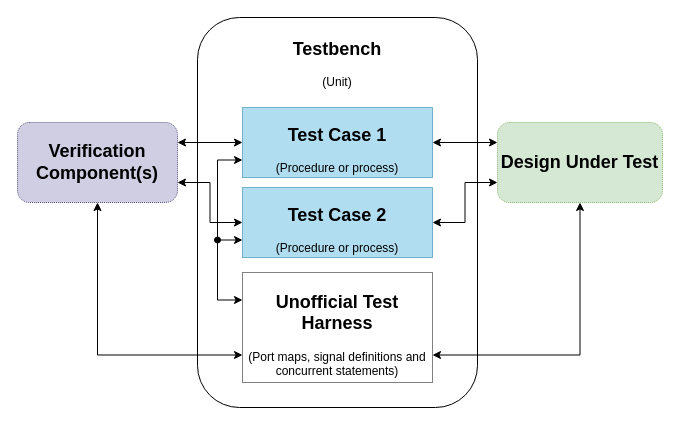
Above: page "Classic" (2 of 2) of _posts/includes/vhdl-design-patterns-test-controller/_images/OSVVM.drawio in Sturla22/Sturla22.github.io (draw.io), before the change. Source tidied: cells renumbered, new cells numbered last; positions are measured from the earlier drawing's top-left corner, leaving out a move shared by most shapes. Both pictures are drawn from the tidied source at 100%, with x=0, y=0 at pixel (17, 17).
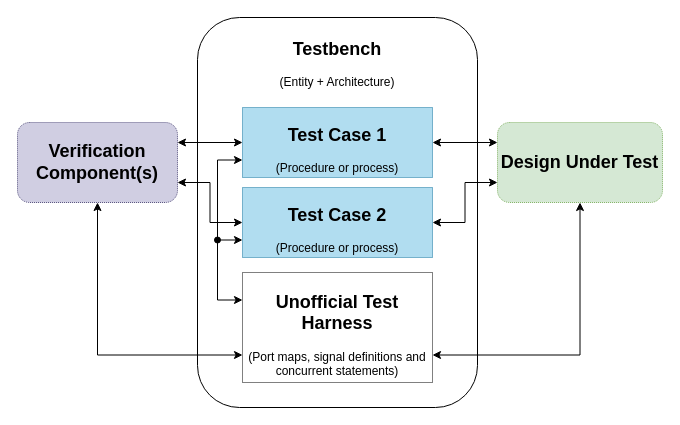
The same page after the edit.

Change to the diagram source:
```diff
@@
 <mxGraphModel>
   <root>
     <mxCell id="0" />
     <mxCell id="1" parent="0" />
-    <mxCell id="2" value="&lt;div&gt;&lt;h2&gt;Testbench&lt;br&gt;&lt;/h2&gt;&lt;/div&gt;&lt;div&gt;(Unit)&lt;br&gt;&lt;/div&gt;" style="whiteSpace=wrap;html=1;rounded=1;verticalAlign=top;fillColor=none;" parent="1" vertex="1">
+    <mxCell id="2" value="&lt;div&gt;&lt;h2&gt;Testbench&lt;br&gt;&lt;/h2&gt;&lt;/div&gt;&lt;div&gt;(Entity + Architecture)&lt;br&gt;&lt;/div&gt;" style="whiteSpace=wrap;html=1;rounded=1;verticalAlign=top;fillColor=none;" parent="1" vertex="1">
       <mxGeometry x="180" width="280" height="390" as="geometry" />
     </mxCell>
     <mxCell id="3" value="&lt;div&gt;&lt;h2&gt;Test Case 1&lt;/h2&gt;&lt;/div&gt;&lt;div&gt;(Procedure or process)&lt;br&gt;&lt;/div&gt;" style="whiteSpace=wrap;html=1;rounded=0;fillColor=#b1ddf0;strokeColor=#10739e;dashed=1;dashPattern=1 1;" parent="1" vertex="1">
       <mxGeometry x="225" y="90" width="190" height="70" as="geometry" />
     </mxCell>
     <mxCell id="4" style="edgeStyle=orthogonalEdgeStyle;rounded=0;jettySize=auto;html=1;exitX=0;exitY=0.25;exitDx=0;exitDy=0;entryX=1;entryY=0.5;entryDx=0;entryDy=0;startArrow=classic;startFill=1;endArrow=classic;endFill=1;strokeWidth=1;" parent="1" edge="1" source="5" target="3">
       <mxGeometry relative="1" as="geometry" />
     </mxCell>
     <mxCell id="5" value="&lt;h2&gt;Design Under Test&lt;/h2&gt;" style="whiteSpace=wrap;html=1;rounded=1;fillColor=#d5e8d4;strokeColor=#82b366;dashed=1;dashPattern=1 1;" parent="1" vertex="1">
       <mxGeometry x="480" y="105" width="165" height="80" as="geometry" />
     </mxCell>
     <mxCell id="6" style="edgeStyle=orthogonalEdgeStyle;rounded=0;jettySize=auto;html=1;exitX=1;exitY=0.25;exitDx=0;exitDy=0;entryX=0;entryY=0.5;entryDx=0;entryDy=0;startArrow=classic;startFill=1;endArrow=classic;endFill=1;strokeWidth=1;" parent="1" edge="1" source="9" target="3">
       <mxGeometry relative="1" as="geometry" />
     </mxCell>
     <mxCell id="7" style="edgeStyle=orthogonalEdgeStyle;rounded=0;jettySize=auto;html=1;exitX=1;exitY=0.75;exitDx=0;exitDy=0;entryX=0;entryY=0.5;entryDx=0;entryDy=0;startArrow=classic;startFill=1;endArrow=classic;endFill=1;strokeWidth=1;" parent="1" edge="1" source="9" target="12">
       <mxGeometry relative="1" as="geometry" />
     </mxCell>
     <mxCell id="8" style="edgeStyle=orthogonalEdgeStyle;rounded=0;jettySize=auto;html=1;exitX=0.5;exitY=1;exitDx=0;exitDy=0;entryX=0;entryY=0.75;entryDx=0;entryDy=0;startArrow=classic;startFill=1;endArrow=classic;endFill=1;strokeWidth=1;" parent="1" edge="1" source="9" target="15">
       <mxGeometry relative="1" as="geometry" />
     </mxCell>
     <mxCell id="9" value="&lt;h2&gt;Verification Component(s)&lt;/h2&gt;" style="whiteSpace=wrap;html=1;rounded=1;dashed=1;dashPattern=1 1;fillColor=#d0cee2;strokeColor=#56517e;" parent="1" vertex="1">
       <mxGeometry y="105" width="160" height="80" as="geometry" />
     </mxCell>
     <mxCell id="10" style="edgeStyle=orthogonalEdgeStyle;rounded=0;jettySize=auto;html=1;exitX=1;exitY=0.5;exitDx=0;exitDy=0;entryX=0;entryY=0.75;entryDx=0;entryDy=0;startArrow=classic;startFill=1;endArrow=classic;endFill=1;strokeWidth=1;" parent="1" edge="1" source="12" target="5">
       <mxGeometry relative="1" as="geometry" />
     </mxCell>
     <mxCell id="11" style="edgeStyle=orthogonalEdgeStyle;rounded=0;jettySize=auto;html=1;exitX=0;exitY=0.75;exitDx=0;exitDy=0;startArrow=classic;startFill=1;endArrow=oval;endFill=1;strokeWidth=1;" parent="1" edge="1" source="12">
       <mxGeometry relative="1" as="geometry">
         <mxPoint x="200" y="222.4" as="targetPoint" />
       </mxGeometry>
     </mxCell>
     <mxCell id="12" value="&lt;div&gt;&lt;h2&gt;Test Case 2&lt;/h2&gt;&lt;/div&gt;&lt;div&gt;(Procedure or process)&lt;br&gt;&lt;/div&gt;" style="whiteSpace=wrap;html=1;rounded=0;fillColor=#b1ddf0;strokeColor=#10739e;dashed=1;dashPattern=1 1;" parent="1" vertex="1">
       <mxGeometry x="225" y="170" width="190" height="70" as="geometry" />
     </mxCell>
     <mxCell id="13" style="edgeStyle=orthogonalEdgeStyle;rounded=0;jettySize=auto;html=1;exitX=0;exitY=0.25;exitDx=0;exitDy=0;entryX=0;entryY=0.75;entryDx=0;entryDy=0;startArrow=classic;startFill=1;endArrow=classic;endFill=1;strokeWidth=1;" parent="1" edge="1" source="15" target="3">
       <mxGeometry relative="1" as="geometry">
         <Array as="points">
           <mxPoint x="200" y="282" />
           <mxPoint x="200" y="143" />
           <mxPoint x="225" y="143" />
         </Array>
       </mxGeometry>
     </mxCell>
     <mxCell id="14" style="edgeStyle=orthogonalEdgeStyle;rounded=0;jettySize=auto;html=1;exitX=1;exitY=0.75;exitDx=0;exitDy=0;entryX=0.5;entryY=1;entryDx=0;entryDy=0;startArrow=classic;startFill=1;endArrow=classic;endFill=1;strokeWidth=1;" parent="1" edge="1" source="15" target="5">
       <mxGeometry relative="1" as="geometry" />
     </mxCell>
     <mxCell id="15" value="&lt;div&gt;&lt;h2&gt;Unofficial Test Harness&lt;br&gt;&lt;/h2&gt;&lt;/div&gt;&lt;div&gt;(Port maps, signal definitions and concurrent statements)&lt;br&gt;&lt;/div&gt;" style="whiteSpace=wrap;html=1;rounded=0;fillColor=none;dashed=1;dashPattern=1 1;" parent="1" vertex="1">
       <mxGeometry x="225" y="255" width="190" height="110" as="geometry" />
     </mxCell>
   </root>
 </mxGraphModel>
```
